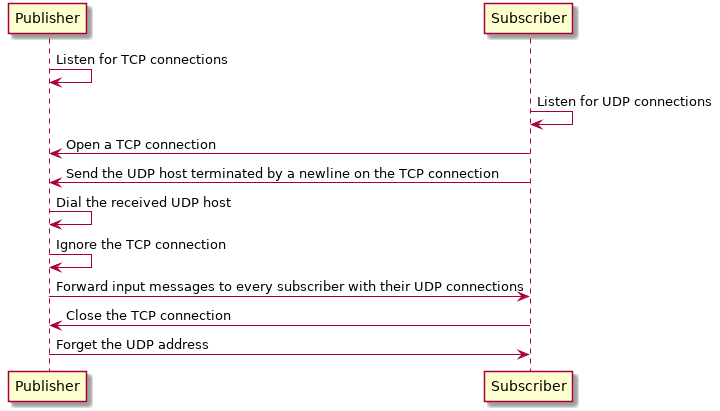
Above: bullhorn/doc/sequence.png in jwowillo/greenerthumb (PlantUML), before the change.
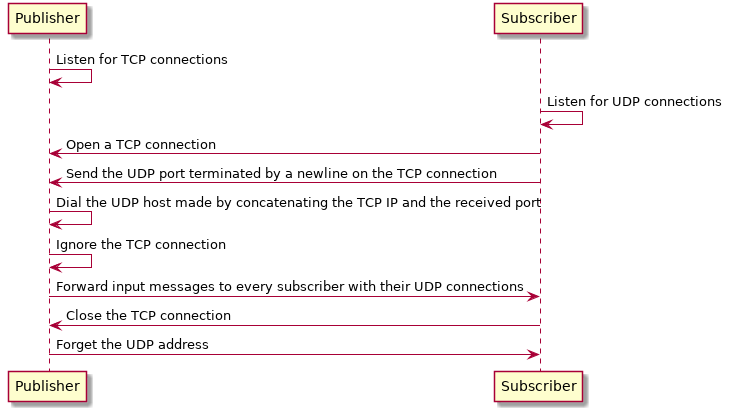
After the commit.

What changed in the source:
```diff
@@ -6,9 +6,9 @@
 
 Subscriber -> Publisher: Open a TCP connection
 
-Subscriber -> Publisher: Send the UDP host terminated by a newline on the TCP connection
+Subscriber -> Publisher: Send the UDP port terminated by a newline on the TCP connection
 
-Publisher -> Publisher: Dial the received UDP host
+Publisher -> Publisher: Dial the UDP host made by concatenating the TCP IP and the received port
 
 Publisher -> Publisher: Ignore the TCP connection
 
```
